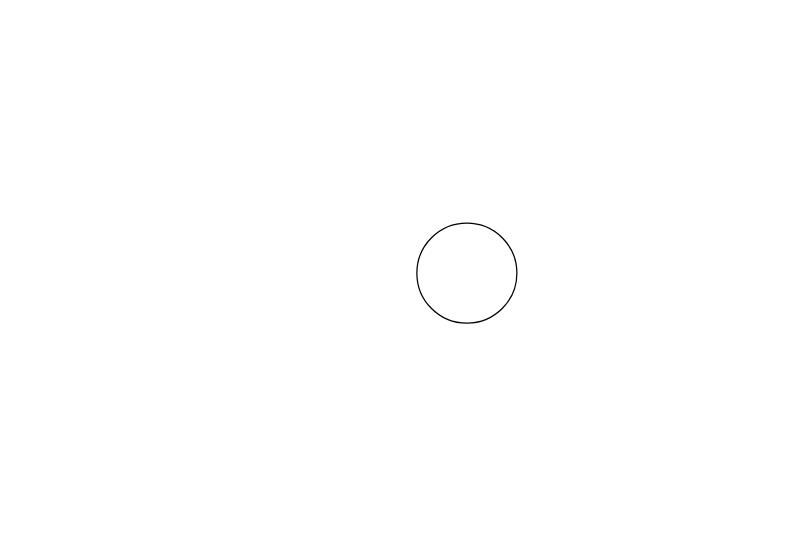
This is compile/compile.drawio from shqyang/draw.io, a draw.io file, before an edit. Source tidied: cells renumbered, new cells numbered last; positions are measured from the earlier drawing's top-left corner, leaving out a move shared by most shapes. Both pictures are drawn from the tidied source at 125%, with x=0, y=0 at pixel (416, 222).
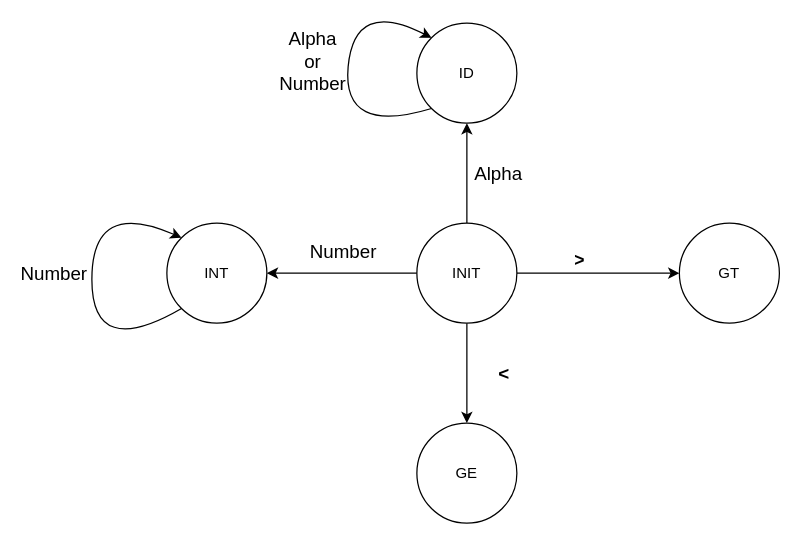
Above is the later version.

Change to the diagram source:
```diff
@@
+    <mxCell id="3" style="edgeStyle=orthogonalEdgeStyle;rounded=0;jettySize=auto;html=1;" parent="1" edge="1" source="2" target="7">
+      <mxGeometry relative="1" as="geometry" />
+    </mxCell>
+    <mxCell id="4" style="edgeStyle=orthogonalEdgeStyle;rounded=0;jettySize=auto;html=1;fontSize=14;" parent="1" edge="1" source="2" target="9">
+      <mxGeometry relative="1" as="geometry" />
+    </mxCell>
+    <mxCell id="5" style="edgeStyle=orthogonalEdgeStyle;rounded=0;jettySize=auto;html=1;fontSize=15;" parent="1" edge="1" source="2" target="11">
+      <mxGeometry relative="1" as="geometry" />
+    </mxCell>
+    <mxCell id="6" style="edgeStyle=orthogonalEdgeStyle;rounded=0;jettySize=auto;html=1;fontSize=15;" parent="1" edge="1" source="2" target="13">
+      <mxGeometry relative="1" as="geometry" />
+    </mxCell>
-    <mxCell id="2" style="ellipse;whiteSpace=wrap;html=1;" parent="1" vertex="1">
+    <mxCell id="2" value="INIT" style="ellipse;whiteSpace=wrap;html=1;" parent="1" vertex="1">
       <mxGeometry width="80" height="80" as="geometry" />
     </mxCell>
+    <mxCell id="7" value="GT" style="ellipse;whiteSpace=wrap;html=1;" parent="1" vertex="1">
+      <mxGeometry x="210" width="80" height="80" as="geometry" />
+    </mxCell>
+    <mxCell id="8" value="&amp;gt;" style="text;html=1;align=center;verticalAlign=middle;strokeColor=none;fontSize=14;fontStyle=1;" parent="1" vertex="1">
+      <mxGeometry x="120" y="20" width="20" height="20" as="geometry" />
+    </mxCell>
+    <mxCell id="9" value="GE" style="ellipse;whiteSpace=wrap;html=1;" parent="1" vertex="1">
+      <mxGeometry y="160" width="80" height="80" as="geometry" />
+    </mxCell>
+    <mxCell id="10" value="&amp;lt;" style="text;html=1;strokeColor=none;fillColor=none;align=center;verticalAlign=middle;whiteSpace=wrap;rounded=0;fontSize=15;fontStyle=1;" parent="1" vertex="1">
+      <mxGeometry x="50" y="110" width="40" height="20" as="geometry" />
+    </mxCell>
+    <mxCell id="11" value="INT" style="ellipse;whiteSpace=wrap;html=1;" parent="1" vertex="1">
+      <mxGeometry x="-200" width="80" height="80" as="geometry" />
+    </mxCell>
+    <mxCell id="12" value="Number" style="text;html=1;align=center;verticalAlign=middle;strokeColor=none;fontSize=15;" parent="1" vertex="1">
+      <mxGeometry x="-94" y="12" width="70" height="20" as="geometry" />
+    </mxCell>
+    <mxCell id="13" value="ID" style="ellipse;whiteSpace=wrap;html=1;" parent="1" vertex="1">
+      <mxGeometry y="-160" width="80" height="80" as="geometry" />
+    </mxCell>
+    <mxCell id="14" value="Alpha" style="text;html=1;align=center;verticalAlign=middle;strokeColor=none;fontSize=15;" parent="1" vertex="1">
+      <mxGeometry x="40" y="-50" width="50" height="20" as="geometry" />
+    </mxCell>
+    <mxCell id="15" style="curved=1;endArrow=classic;html=1;fontSize=15;exitX=0;exitY=1;exitDx=0;exitDy=0;entryX=0;entryY=0;entryDx=0;entryDy=0;" parent="1" edge="1" source="13" target="13">
+      <mxGeometry relative="1" as="geometry">
+        <Array as="points">
+          <mxPoint x="-60" y="-70" />
+          <mxPoint x="-50" y="-180" />
+        </Array>
+      </mxGeometry>
+    </mxCell>
+    <mxCell id="16" value="Alpha&lt;br&gt;or&lt;br&gt;Number" style="text;html=1;strokeColor=none;fillColor=none;align=center;verticalAlign=middle;whiteSpace=wrap;rounded=0;fontSize=15;" parent="1" vertex="1">
+      <mxGeometry x="-103" y="-140" width="40" height="20" as="geometry" />
+    </mxCell>
+    <mxCell id="17" style="curved=1;endArrow=classic;html=1;fontSize=15;exitX=0;exitY=1;exitDx=0;exitDy=0;entryX=0;entryY=0;entryDx=0;entryDy=0;" parent="1" edge="1" source="11" target="11">
+      <mxGeometry relative="1" as="geometry">
+        <Array as="points">
+          <mxPoint x="-260" y="110" />
+          <mxPoint x="-260" y="-20" />
+        </Array>
+      </mxGeometry>
+    </mxCell>
+    <mxCell id="18" value="Number" style="text;html=1;strokeColor=none;fillColor=none;align=center;verticalAlign=middle;whiteSpace=wrap;rounded=0;fontSize=15;" parent="1" vertex="1">
+      <mxGeometry x="-310" y="30" width="40" height="20" as="geometry" />
+    </mxCell>
```
